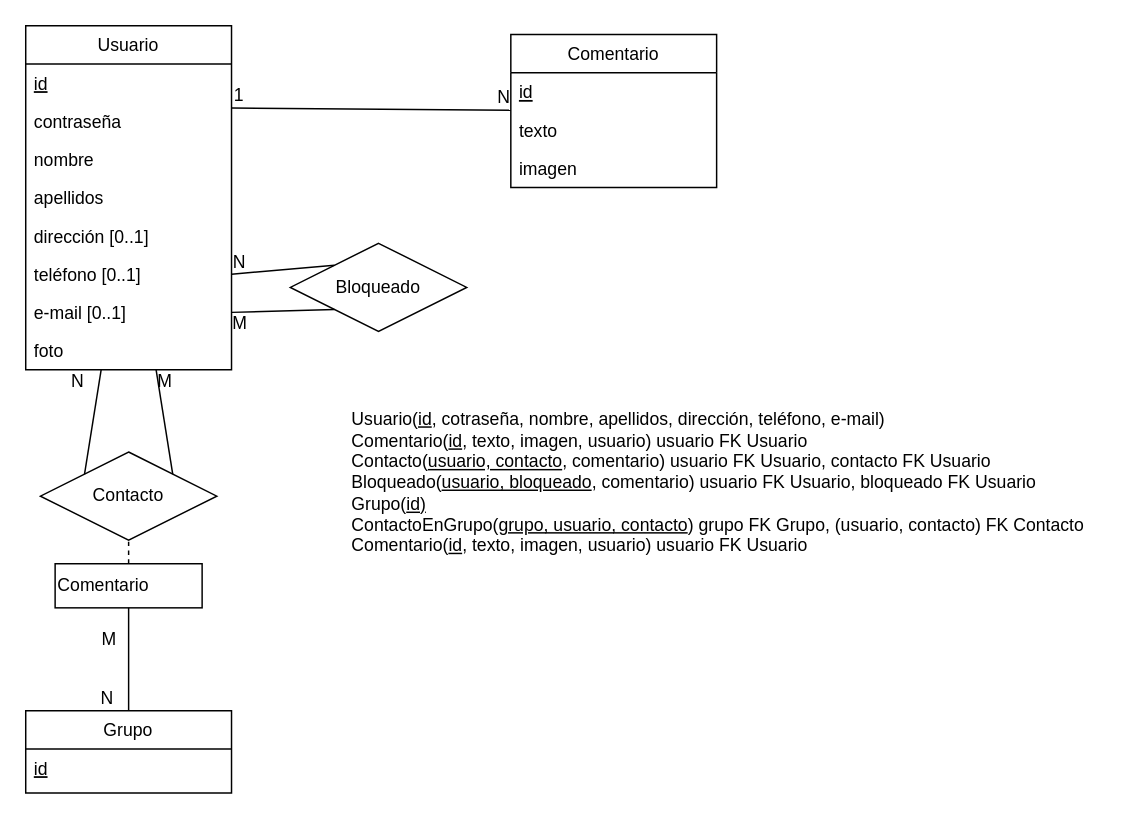
The draw.io diagram Ejercicio_14_Red_social.drawio in BasementHalfStackDev/ejercicios-ud12, before the edit. Source tidied: cells renumbered, new cells numbered last; positions are measured from the earlier drawing's top-left corner, leaving out a move shared by most shapes. Both pictures are drawn from the tidied source at 147%, with x=0, y=0 at pixel (25, 25).
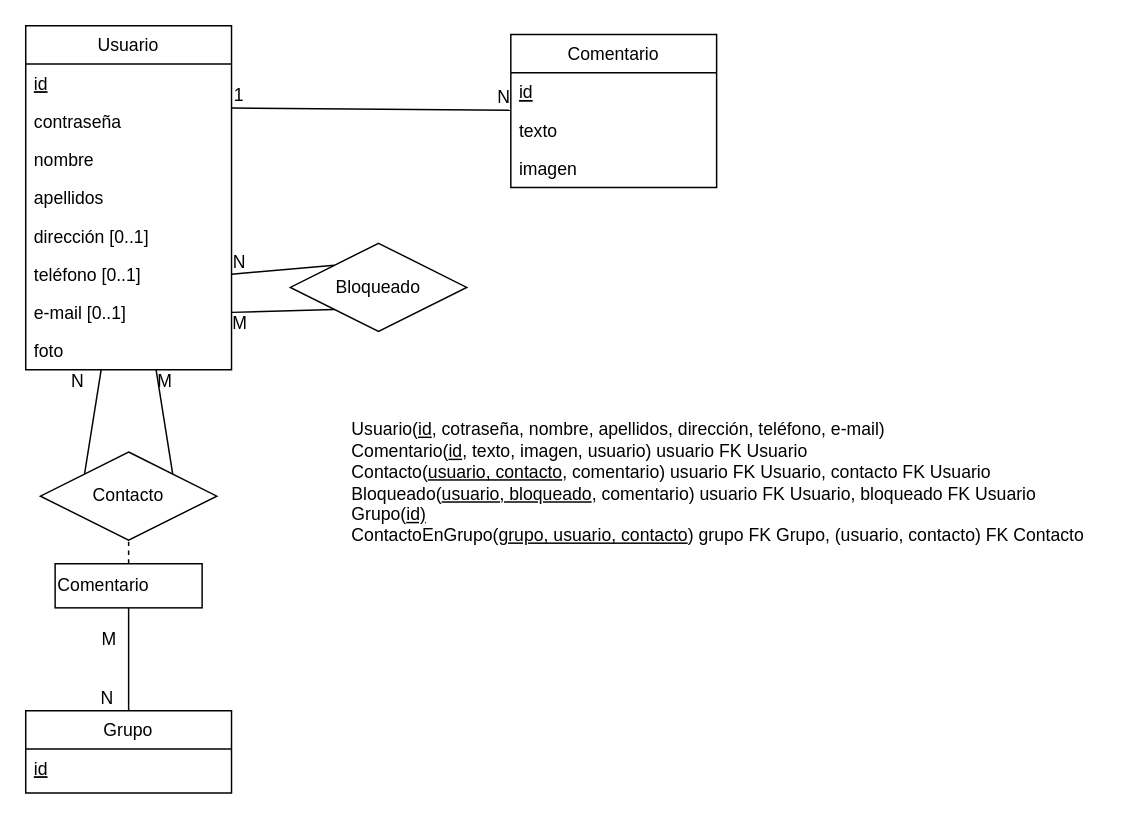
Above is the later version.

The edit, as a diff of the source:
```diff
@@
-    <mxCell id="35" value="Usuario(&lt;u&gt;id&lt;/u&gt;, cotraseña, nombre, apellidos, dirección, teléfono, e-mail)&lt;br&gt;Comentario(&lt;u&gt;id&lt;/u&gt;, texto, imagen, usuario) usuario FK Usuario&lt;br&gt;Contacto(&lt;u&gt;usuario, contacto&lt;/u&gt;, comentario) usuario FK Usuario, contacto FK Usuario&lt;br&gt;Bloqueado(&lt;u&gt;usuario, bloqueado&lt;/u&gt;, comentario) usuario FK Usuario, bloqueado FK Usuario&lt;br&gt;Grupo(&lt;u&gt;id)&lt;br&gt;&lt;/u&gt;ContactoEnGrupo(&lt;u&gt;grupo, usuario, contacto&lt;/u&gt;) grupo FK Grupo, (usuario, contacto) FK Contacto&lt;br&gt;Comentario(&lt;u&gt;id&lt;/u&gt;, texto, imagen, usuario) usuario FK Usuario" style="text;html=1;align=left;verticalAlign=middle;strokeColor=none;fillColor=none;" parent="1" vertex="1">
-      <mxGeometry x="220" y="256" width="520" height="110" as="geometry" />
+    <mxCell id="35" value="Usuario(&lt;u&gt;id&lt;/u&gt;, cotraseña, nombre, apellidos, dirección, teléfono, e-mail)&lt;br&gt;Comentario(&lt;u&gt;id&lt;/u&gt;, texto, imagen, usuario) usuario FK Usuario&lt;br&gt;Contacto(&lt;u&gt;usuario, contacto&lt;/u&gt;, comentario) usuario FK Usuario, contacto FK Usuario&lt;br&gt;Bloqueado(&lt;u&gt;usuario, bloqueado&lt;/u&gt;, comentario) usuario FK Usuario, bloqueado FK Usuario&lt;br&gt;Grupo(&lt;u&gt;id)&lt;br&gt;&lt;/u&gt;ContactoEnGrupo(&lt;u&gt;grupo, usuario, contacto&lt;/u&gt;) grupo FK Grupo, (usuario, contacto) FK Contacto&lt;br&gt;" style="text;html=1;align=left;verticalAlign=middle;strokeColor=none;fillColor=none;" parent="1" vertex="1">
+      <mxGeometry x="220" y="261" width="520" height="100" as="geometry" />
     </mxCell>
```
